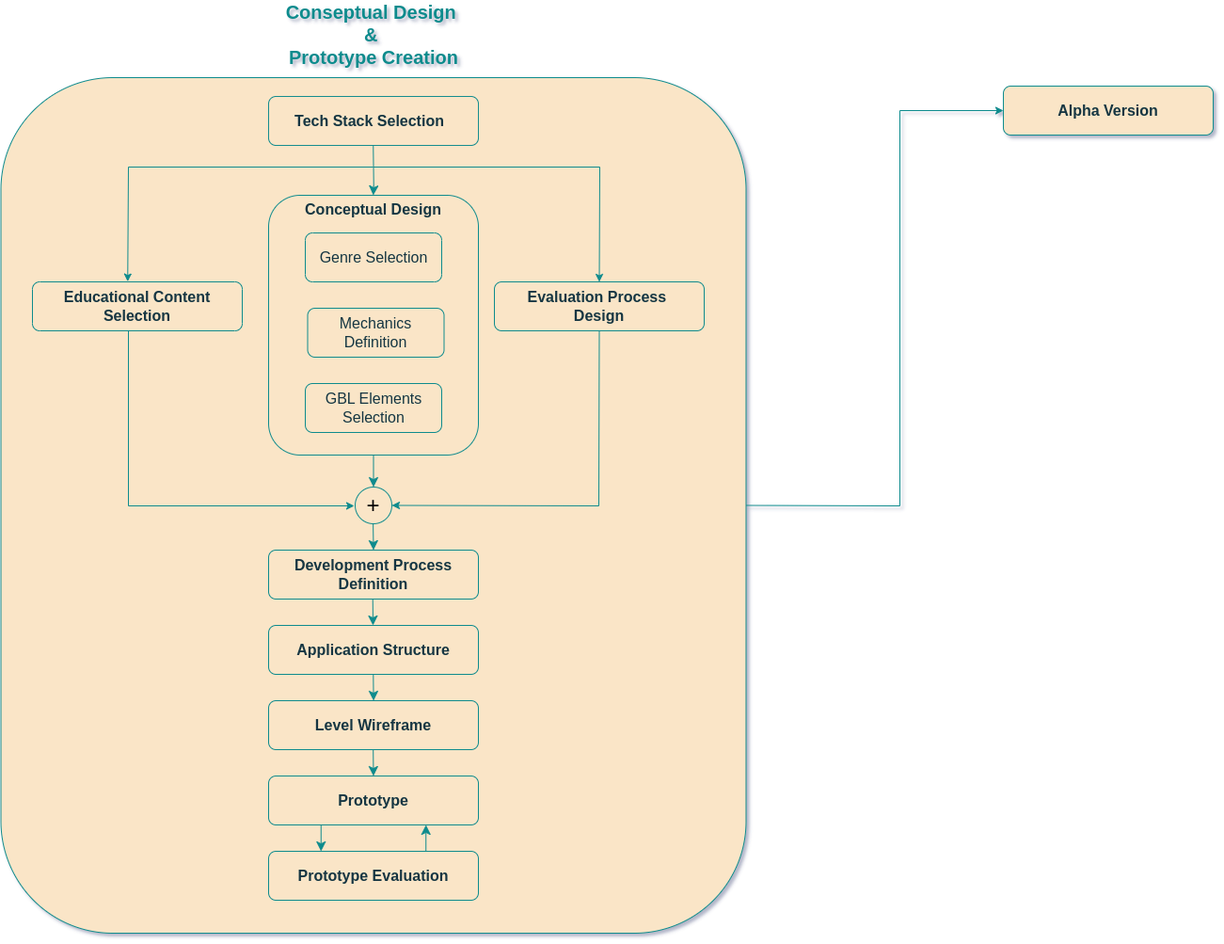
Above: 0-summary/image001_design_flow.png in StelTheo73/thesis-docs (draw.io), before the change. Source tidied: cells renumbered, new cells last; positions are measured from the earlier drawing's top-left corner, leaving out a move shared by most shapes.
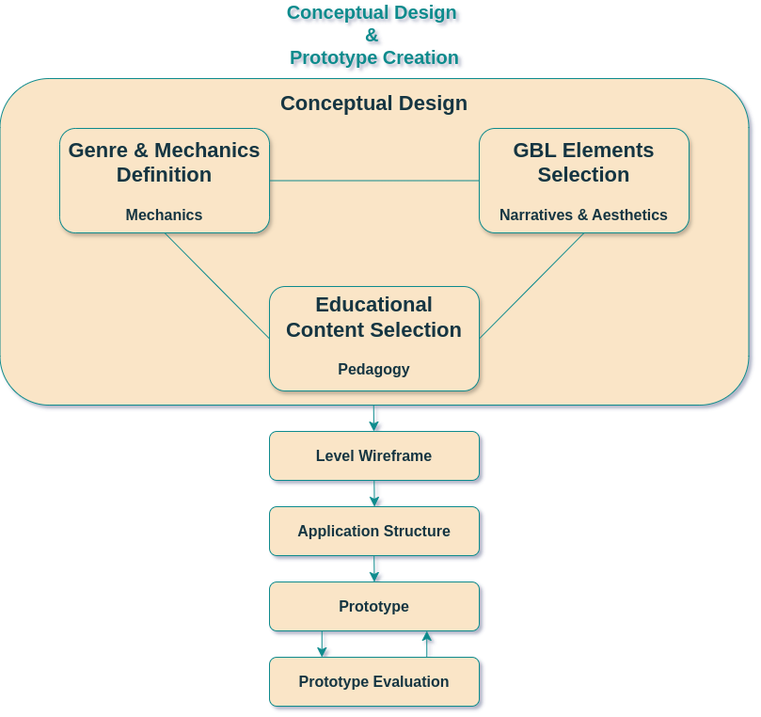
The same file after the commit.

Change to the diagram source:
```diff
@@ -2,51 +2,18 @@
   <root>
     <mxCell id="0" />
     <mxCell id="1" parent="0" />
-    <mxCell id="2" style="rounded=1;whiteSpace=wrap;html=1;strokeColor=#0F8B8D;fillColor=#FAE5C7;" parent="1" vertex="1">
-      <mxGeometry x="0.5" y="61" width="792" height="909" as="geometry" />
-    </mxCell>
-    <mxCell id="3" style="rounded=1;whiteSpace=wrap;html=1;labelBackgroundColor=none;fillColor=#FAE5C7;strokeColor=#0F8B8D;fontColor=#143642;" parent="1" vertex="1">
-      <mxGeometry x="285" y="81" width="223" height="52" as="geometry" />
-    </mxCell>
-    <mxCell id="4" value="&lt;b&gt;&lt;font style=&quot;font-size: 16px;&quot;&gt;Tech Stack Selection&lt;/font&gt;&lt;/b&gt;" style="text;html=1;align=center;verticalAlign=middle;whiteSpace=wrap;rounded=0;labelBackgroundColor=none;fontColor=#143642;" parent="1" vertex="1">
-      <mxGeometry x="285" y="92" width="215" height="30" as="geometry" />
-    </mxCell>
-    <mxCell id="5" style="rounded=1;whiteSpace=wrap;html=1;labelBackgroundColor=none;fillColor=#FAE5C7;strokeColor=#0F8B8D;fontColor=#143642;" parent="1" vertex="1">
-      <mxGeometry x="285" y="186" width="223" height="276" as="geometry" />
-    </mxCell>
-    <mxCell id="6" style="rounded=1;whiteSpace=wrap;html=1;labelBackgroundColor=none;fillColor=#FAE5C7;strokeColor=#0F8B8D;fontColor=#143642;" parent="1" vertex="1">
-      <mxGeometry x="324" y="226" width="145" height="52" as="geometry" />
-    </mxCell>
-    <mxCell id="7" value="&lt;font style=&quot;font-size: 16px;&quot;&gt;Genre Selection&lt;/font&gt;" style="text;html=1;align=center;verticalAlign=middle;whiteSpace=wrap;rounded=0;labelBackgroundColor=none;fontColor=#143642;" parent="1" vertex="1">
-      <mxGeometry x="326.5" y="237" width="140" height="30" as="geometry" />
-    </mxCell>
-    <mxCell id="8" style="rounded=1;whiteSpace=wrap;html=1;labelBackgroundColor=none;fillColor=#FAE5C7;strokeColor=#0F8B8D;fontColor=#143642;" parent="1" vertex="1">
-      <mxGeometry x="326.5" y="306" width="145" height="52" as="geometry" />
-    </mxCell>
-    <mxCell id="9" value="&lt;font style=&quot;font-size: 16px;&quot;&gt;Mechanics Definition&lt;/font&gt;" style="text;html=1;align=center;verticalAlign=middle;whiteSpace=wrap;rounded=0;labelBackgroundColor=none;fontColor=#143642;" parent="1" vertex="1">
-      <mxGeometry x="329" y="317" width="140" height="30" as="geometry" />
-    </mxCell>
-    <mxCell id="10" style="rounded=1;whiteSpace=wrap;html=1;labelBackgroundColor=none;fillColor=#FAE5C7;strokeColor=#0F8B8D;fontColor=#143642;" parent="1" vertex="1">
-      <mxGeometry x="324" y="386" width="145" height="52" as="geometry" />
-    </mxCell>
-    <mxCell id="11" value="&lt;font style=&quot;font-size: 16px;&quot;&gt;GBL Elements Selection&lt;/font&gt;" style="text;html=1;align=center;verticalAlign=middle;whiteSpace=wrap;rounded=0;labelBackgroundColor=none;fontColor=#143642;" parent="1" vertex="1">
-      <mxGeometry x="326.5" y="397" width="140" height="30" as="geometry" />
-    </mxCell>
-    <mxCell id="12" style="rounded=1;whiteSpace=wrap;html=1;labelBackgroundColor=none;fillColor=#FAE5C7;strokeColor=#0F8B8D;fontColor=#143642;" parent="1" vertex="1">
-      <mxGeometry x="285" y="563" width="223" height="52" as="geometry" />
-    </mxCell>
-    <mxCell id="13" value="&lt;b&gt;Development Process Definition&lt;/b&gt;" style="text;html=1;align=center;verticalAlign=middle;whiteSpace=wrap;rounded=0;fillColor=none;fontSize=16;labelBackgroundColor=none;fontColor=#143642;" parent="1" vertex="1">
-      <mxGeometry x="289" y="574" width="215" height="30" as="geometry" />
-    </mxCell>
+    <mxCell id="40" style="rounded=1;whiteSpace=wrap;html=1;labelBackgroundColor=none;fillColor=#FAE5C7;strokeColor=#0F8B8D;fontColor=#143642;" parent="1" vertex="1">
+      <mxGeometry x="285" y="643" width="223" height="52" as="geometry" />
+    </mxCell>
+    <mxCell id="44" style="rounded=1;whiteSpace=wrap;html=1;labelBackgroundColor=none;fillColor=#FAE5C7;strokeColor=#0F8B8D;fontColor=#143642;" parent="1" vertex="1">
+      <mxGeometry x="-1.5" y="268" width="796" height="347" as="geometry" />
+    </mxCell>
     <mxCell id="14" style="rounded=1;whiteSpace=wrap;html=1;labelBackgroundColor=none;fillColor=#FAE5C7;strokeColor=#0F8B8D;fontColor=#143642;" parent="1" vertex="1">
       <mxGeometry x="285" y="723" width="223" height="52" as="geometry" />
     </mxCell>
     <mxCell id="15" value="&lt;b&gt;&lt;font style=&quot;font-size: 16px;&quot;&gt;Level Wireframe&lt;/font&gt;&lt;/b&gt;" style="text;html=1;align=center;verticalAlign=middle;whiteSpace=wrap;rounded=0;labelBackgroundColor=none;fontColor=#143642;" parent="1" vertex="1">
-      <mxGeometry x="289" y="734" width="215" height="30" as="geometry" />
+      <mxGeometry x="289" y="654" width="215" height="30" as="geometry" />
     </mxCell>
-    <mxCell id="16" value="&lt;b&gt;&lt;font style=&quot;font-size: 16px;&quot;&gt;Conceptual Design&lt;/font&gt;&lt;/b&gt;" style="text;html=1;align=center;verticalAlign=middle;whiteSpace=wrap;rounded=0;labelBackgroundColor=none;fontColor=#143642;" parent="1" vertex="1">
-      <mxGeometry x="289" y="186" width="215" height="30" as="geometry" />
-    </mxCell>
     <mxCell id="17" style="rounded=1;whiteSpace=wrap;html=1;labelBackgroundColor=none;fillColor=#FAE5C7;strokeColor=#0F8B8D;fontColor=#143642;" parent="1" vertex="1">
       <mxGeometry x="285" y="803" width="223" height="52" as="geometry" />
     </mxCell>
@@ -59,18 +26,6 @@
     <mxCell id="20" value="&lt;b&gt;&lt;font style=&quot;font-size: 16px;&quot;&gt;Prototype Evaluation&lt;/font&gt;&lt;/b&gt;" style="text;html=1;align=center;verticalAlign=middle;whiteSpace=wrap;rounded=0;labelBackgroundColor=none;fontColor=#143642;" parent="1" vertex="1">
       <mxGeometry x="289" y="894" width="215" height="30" as="geometry" />
     </mxCell>
-    <mxCell id="21" style="endArrow=classic;html=1;rounded=0;strokeColor=light-dark(#0f8b8d, #0F8B8D);fontSize=12;fontColor=#143642;startSize=8;endSize=8;curved=1;fillColor=#FAE5C7;entryX=0.5;entryY=0;entryDx=0;entryDy=0;exitX=0.5;exitY=1;exitDx=0;exitDy=0;" parent="1" edge="1">
-      <mxGeometry relative="1" as="geometry">
-        <mxPoint x="396.2" y="133" as="sourcePoint" />
-        <mxPoint x="396.2" y="186" as="targetPoint" />
-        <Array as="points">
-          <mxPoint x="396.8" y="176" />
-        </Array>
-      </mxGeometry>
-    </mxCell>
-    <mxCell id="22" style="endArrow=classic;html=1;rounded=0;strokeColor=light-dark(#0f8b8d, #0F8B8D);fontSize=12;fontColor=#143642;startSize=8;endSize=8;curved=1;fillColor=#FAE5C7;exitX=0.5;exitY=1;exitDx=0;exitDy=0;entryX=0;entryY=0.5;entryDx=0;entryDy=0;" parent="1" edge="1" source="5" target="37">
-      <mxGeometry relative="1" as="geometry" />
-    </mxCell>
     <mxCell id="23" style="endArrow=classic;html=1;rounded=0;strokeColor=light-dark(#0f8b8d, #0F8B8D);fontSize=12;fontColor=#143642;startSize=8;endSize=8;curved=1;fillColor=#FAE5C7;exitX=0.5;exitY=1;exitDx=0;exitDy=0;" parent="1" edge="1">
       <mxGeometry relative="1" as="geometry">
         <mxPoint x="395.7" y="615" as="sourcePoint" />
@@ -86,76 +41,14 @@
     <mxCell id="25" style="endArrow=classic;html=1;rounded=0;strokeColor=light-dark(#0f8b8d, #121212);fontSize=12;fontColor=#143642;startSize=8;endSize=8;curved=1;fillColor=#FAE5C7;exitX=0.25;exitY=1;exitDx=0;exitDy=0;entryX=0.25;entryY=0;entryDx=0;entryDy=0;" parent="1" edge="1" source="17" target="19">
       <mxGeometry relative="1" as="geometry" />
     </mxCell>
-    <mxCell id="26" style="rounded=1;whiteSpace=wrap;html=1;labelBackgroundColor=none;fillColor=#FAE5C7;strokeColor=#0F8B8D;fontColor=#143642;" parent="1" vertex="1">
-      <mxGeometry x="1066" y="70" width="223" height="52" as="geometry" />
-    </mxCell>
-    <mxCell id="27" value="&lt;span style=&quot;font-size: 16px;&quot;&gt;&lt;b&gt;Alpha Version&lt;/b&gt;&lt;/span&gt;" style="text;html=1;align=center;verticalAlign=middle;whiteSpace=wrap;rounded=0;labelBackgroundColor=none;fontColor=#143642;" parent="1" vertex="1">
-      <mxGeometry x="1070" y="81" width="215" height="30" as="geometry" />
-    </mxCell>
     <mxCell id="28" style="endArrow=classic;html=1;rounded=0;strokeColor=light-dark(#0f8b8d, #ffa19c);fontSize=12;fontColor=#143642;startSize=8;endSize=8;curved=1;fillColor=#FAE5C7;entryX=0.75;entryY=1;entryDx=0;entryDy=0;exitX=0.75;exitY=0;exitDx=0;exitDy=0;" parent="1" edge="1" source="19" target="17">
       <mxGeometry relative="1" as="geometry" />
     </mxCell>
-    <mxCell id="29" value="&lt;font style=&quot;font-size: 20px;&quot;&gt;&lt;b style=&quot;&quot;&gt;Conseptual Design&amp;nbsp;&lt;/b&gt;&lt;/font&gt;&lt;div&gt;&lt;font style=&quot;font-size: 20px;&quot;&gt;&lt;b style=&quot;&quot;&gt;&amp;amp;&amp;nbsp;&lt;/b&gt;&lt;/font&gt;&lt;/div&gt;&lt;div&gt;&lt;font style=&quot;font-size: 20px;&quot;&gt;&lt;b style=&quot;&quot;&gt;Prototype Creation&lt;/b&gt;&lt;/font&gt;&lt;/div&gt;" style="text;html=1;align=center;verticalAlign=middle;whiteSpace=wrap;rounded=0;fontColor=light-dark(#0f8b8d, #adcad5);" parent="1" vertex="1">
-      <mxGeometry x="266.5" width="260" height="30" as="geometry" />
+    <mxCell id="29" value="&lt;font&gt;&lt;b&gt;Conceptual Design&amp;nbsp;&lt;/b&gt;&lt;/font&gt;&lt;div&gt;&lt;font&gt;&lt;b&gt;&amp;amp;&amp;nbsp;&lt;/b&gt;&lt;/font&gt;&lt;/div&gt;&lt;div&gt;&lt;font&gt;&lt;b&gt;Prototype Creation&lt;/b&gt;&lt;/font&gt;&lt;/div&gt;" style="text;html=1;align=center;verticalAlign=middle;whiteSpace=wrap;rounded=0;fontColor=light-dark(#0f8b8d, #adcad5);fontSize=20;" parent="1" vertex="1">
+      <mxGeometry x="266.5" y="206" width="260" height="30" as="geometry" />
     </mxCell>
-    <mxCell id="30" style="rounded=1;whiteSpace=wrap;html=1;labelBackgroundColor=none;fillColor=#FAE5C7;strokeColor=#0F8B8D;fontColor=#143642;" parent="1" vertex="1">
-      <mxGeometry x="34" y="278" width="223" height="52" as="geometry" />
-    </mxCell>
-    <mxCell id="31" value="&lt;span style=&quot;font-size: 16px;&quot;&gt;&lt;b&gt;Educational Content Selection&lt;/b&gt;&lt;/span&gt;" style="text;html=1;align=center;verticalAlign=middle;whiteSpace=wrap;rounded=0;labelBackgroundColor=none;fontColor=#143642;" parent="1" vertex="1">
-      <mxGeometry x="38" y="289" width="215" height="30" as="geometry" />
-    </mxCell>
-    <mxCell id="32" style="rounded=1;whiteSpace=wrap;html=1;labelBackgroundColor=none;fillColor=#FAE5C7;strokeColor=#0F8B8D;fontColor=#143642;" parent="1" vertex="1">
-      <mxGeometry x="525" y="278" width="223" height="52" as="geometry" />
-    </mxCell>
-    <mxCell id="33" value="&lt;span style=&quot;font-size: 16px;&quot;&gt;&lt;b&gt;Evaluation Process&amp;nbsp;&lt;/b&gt;&lt;/span&gt;&lt;div&gt;&lt;span style=&quot;font-size: 16px;&quot;&gt;&lt;b&gt;Design&lt;/b&gt;&lt;/span&gt;&lt;/div&gt;" style="text;html=1;align=center;verticalAlign=middle;whiteSpace=wrap;rounded=0;labelBackgroundColor=none;fontColor=#143642;" parent="1" vertex="1">
-      <mxGeometry x="529" y="289" width="215" height="30" as="geometry" />
-    </mxCell>
-    <mxCell id="34" style="endArrow=classic;html=1;rounded=0;entryX=0.5;entryY=0;entryDx=0;entryDy=0;strokeColor=#0F8B8D;" parent="1" edge="1" target="32">
-      <mxGeometry relative="1" as="geometry">
-        <mxPoint x="396" y="156" as="sourcePoint" />
-        <Array as="points">
-          <mxPoint x="637" y="156" />
-        </Array>
-      </mxGeometry>
-    </mxCell>
-    <mxCell id="35" style="endArrow=classic;html=1;rounded=0;entryX=0.454;entryY=-0.007;entryDx=0;entryDy=0;entryPerimeter=0;strokeColor=#0F8B8D;" parent="1" edge="1" target="30">
-      <mxGeometry relative="1" as="geometry">
-        <mxPoint x="396" y="156" as="sourcePoint" />
-        <Array as="points">
-          <mxPoint x="136" y="156" />
-        </Array>
-      </mxGeometry>
-    </mxCell>
-    <mxCell id="36" style="endArrow=classic;html=1;rounded=0;strokeColor=#0F8B8D;" parent="1" edge="1">
-      <mxGeometry relative="1" as="geometry">
-        <mxPoint x="136" y="330" as="sourcePoint" />
-        <mxPoint x="376" y="516" as="targetPoint" />
-        <Array as="points">
-          <mxPoint x="136" y="516" />
-        </Array>
-      </mxGeometry>
-    </mxCell>
-    <mxCell id="37" value="+" style="ellipse;whiteSpace=wrap;html=1;direction=south;fillColor=#FAE5C7;strokeColor=#0F8B8D;fontSize=24;" parent="1" vertex="1">
-      <mxGeometry x="377" y="496" width="39" height="39" as="geometry" />
-    </mxCell>
-    <mxCell id="38" style="endArrow=classic;html=1;rounded=0;strokeColor=light-dark(#0f8b8d, #0F8B8D);fontSize=12;fontColor=#143642;startSize=8;endSize=8;curved=1;fillColor=#FAE5C7;exitX=0.5;exitY=1;exitDx=0;exitDy=0;entryX=0.5;entryY=0;entryDx=0;entryDy=0;" parent="1" edge="1" target="12">
-      <mxGeometry relative="1" as="geometry">
-        <mxPoint x="396.1" y="535" as="sourcePoint" />
-      </mxGeometry>
-    </mxCell>
-    <mxCell id="39" style="endArrow=classic;html=1;rounded=0;entryX=0;entryY=0.5;entryDx=0;entryDy=0;exitX=1;exitY=0.5;exitDx=0;exitDy=0;strokeColor=#0F8B8D;" parent="1" edge="1" source="2" target="26">
-      <mxGeometry relative="1" as="geometry">
-        <Array as="points">
-          <mxPoint x="956" y="516" />
-          <mxPoint x="956" y="96" />
-        </Array>
-      </mxGeometry>
-    </mxCell>
-    <mxCell id="40" style="rounded=1;whiteSpace=wrap;html=1;labelBackgroundColor=none;fillColor=#FAE5C7;strokeColor=#0F8B8D;fontColor=#143642;" parent="1" vertex="1">
-      <mxGeometry x="285" y="643" width="223" height="52" as="geometry" />
-    </mxCell>
     <mxCell id="41" value="&lt;span style=&quot;font-size: 16px;&quot;&gt;&lt;b&gt;Application Structure&lt;/b&gt;&lt;/span&gt;" style="text;html=1;align=center;verticalAlign=middle;whiteSpace=wrap;rounded=0;labelBackgroundColor=none;fontColor=#143642;" parent="1" vertex="1">
-      <mxGeometry x="289" y="654" width="215" height="30" as="geometry" />
+      <mxGeometry x="289" y="734" width="215" height="30" as="geometry" />
     </mxCell>
     <mxCell id="42" style="endArrow=classic;html=1;rounded=0;strokeColor=light-dark(#0f8b8d, #0F8B8D);fontSize=12;fontColor=#143642;startSize=8;endSize=8;curved=1;fillColor=#FAE5C7;exitX=0.5;exitY=1;exitDx=0;exitDy=0;" parent="1" edge="1">
       <mxGeometry relative="1" as="geometry">
@@ -163,12 +56,35 @@
         <mxPoint x="396.6" y="723" as="targetPoint" />
       </mxGeometry>
     </mxCell>
-    <mxCell id="43" style="endArrow=classic;html=1;rounded=0;exitX=0.5;exitY=1;exitDx=0;exitDy=0;entryX=0.5;entryY=0;entryDx=0;entryDy=0;strokeColor=#0F8B8D;" parent="1" edge="1" source="32" target="37">
-      <mxGeometry relative="1" as="geometry">
-        <Array as="points">
-          <mxPoint x="636" y="516" />
-        </Array>
-      </mxGeometry>
-    </mxCell>
+    <mxCell id="45" style="rounded=1;whiteSpace=wrap;html=1;labelBackgroundColor=none;fillColor=#FAE5C7;strokeColor=#0F8B8D;fontColor=#143642;shadow=1;" parent="1" vertex="1">
+      <mxGeometry x="62" y="321" width="223" height="111" as="geometry" />
+    </mxCell>
+    <mxCell id="46" value="&lt;b style=&quot;&quot;&gt;&lt;font style=&quot;font-size: 22px;&quot;&gt;Genre &amp;amp; Mechanics Definition&lt;/font&gt;&lt;/b&gt;&lt;br&gt;&lt;div&gt;&lt;b&gt;&lt;br&gt;&lt;/b&gt;&lt;/div&gt;&lt;div&gt;&lt;b&gt;Mechanics&lt;/b&gt;&lt;/div&gt;" style="text;html=1;align=center;verticalAlign=middle;whiteSpace=wrap;rounded=0;fillColor=none;fontSize=16;labelBackgroundColor=none;fontColor=#143642;" parent="1" vertex="1">
+      <mxGeometry x="66" y="361.5" width="215" height="30" as="geometry" />
+    </mxCell>
+    <mxCell id="47" style="rounded=1;whiteSpace=wrap;html=1;labelBackgroundColor=none;fillColor=#FAE5C7;strokeColor=#0F8B8D;fontColor=#143642;shadow=1;" parent="1" vertex="1">
+      <mxGeometry x="285" y="489" width="223" height="111" as="geometry" />
+    </mxCell>
+    <mxCell id="48" value="&lt;span style=&quot;font-size: 22px;&quot;&gt;&lt;b&gt;Educational Content Selection&lt;/b&gt;&lt;/span&gt;&lt;br&gt;&lt;div&gt;&lt;b&gt;&lt;br&gt;&lt;/b&gt;&lt;/div&gt;&lt;div&gt;&lt;b&gt;Pedagogy&lt;/b&gt;&lt;/div&gt;&lt;div&gt;&lt;br&gt;&lt;/div&gt;" style="text;html=1;align=center;verticalAlign=middle;whiteSpace=wrap;rounded=0;fillColor=none;fontSize=16;labelBackgroundColor=none;fontColor=#143642;" parent="1" vertex="1">
+      <mxGeometry x="289" y="535.5" width="215" height="30" as="geometry" />
+    </mxCell>
+    <mxCell id="49" style="rounded=1;whiteSpace=wrap;html=1;labelBackgroundColor=none;fillColor=#FAE5C7;strokeColor=#0F8B8D;fontColor=#143642;shadow=1;" parent="1" vertex="1">
+      <mxGeometry x="508" y="321" width="223" height="111" as="geometry" />
+    </mxCell>
+    <mxCell id="50" value="&lt;b style=&quot;&quot;&gt;&lt;font style=&quot;font-size: 22px;&quot;&gt;GBL Elements Selection&lt;/font&gt;&lt;/b&gt;&lt;br&gt;&lt;div&gt;&lt;b&gt;&lt;br&gt;&lt;/b&gt;&lt;/div&gt;&lt;div&gt;&lt;b&gt;Narratives &amp;amp; Aesthetics&lt;/b&gt;&lt;/div&gt;" style="text;html=1;align=center;verticalAlign=middle;whiteSpace=wrap;rounded=0;fillColor=none;fontSize=16;labelBackgroundColor=none;fontColor=#143642;" parent="1" vertex="1">
+      <mxGeometry x="512" y="361.5" width="215" height="30" as="geometry" />
+    </mxCell>
+    <mxCell id="16" value="&lt;span style=&quot;font-size: 22px;&quot;&gt;&lt;b&gt;Conceptual Design&lt;/b&gt;&lt;/span&gt;" style="text;html=1;align=center;verticalAlign=middle;whiteSpace=wrap;rounded=0;fillColor=none;fontSize=16;labelBackgroundColor=none;fontColor=#143642;" parent="1" vertex="1">
+      <mxGeometry x="289" y="280" width="215" height="30" as="geometry" />
+    </mxCell>
+    <mxCell id="51" style="endArrow=none;html=1;rounded=0;exitX=1;exitY=0.5;exitDx=0;exitDy=0;entryX=0.5;entryY=1;entryDx=0;entryDy=0;strokeColor=#0F8B8D;" parent="1" edge="1" source="47" target="49">
+      <mxGeometry relative="1" as="geometry" />
+    </mxCell>
+    <mxCell id="52" style="endArrow=none;html=1;rounded=0;exitX=0.5;exitY=1;exitDx=0;exitDy=0;entryX=0;entryY=0.5;entryDx=0;entryDy=0;strokeColor=#0F8B8D;" parent="1" edge="1" source="45" target="47">
+      <mxGeometry relative="1" as="geometry" />
+    </mxCell>
+    <mxCell id="53" style="endArrow=none;html=1;rounded=0;entryX=0;entryY=0.5;entryDx=0;entryDy=0;exitX=1;exitY=0.5;exitDx=0;exitDy=0;strokeColor=#0F8B8D;" parent="1" edge="1" source="45" target="49">
+      <mxGeometry relative="1" as="geometry" />
+    </mxCell>
   </root>
 </mxGraphModel>
```
